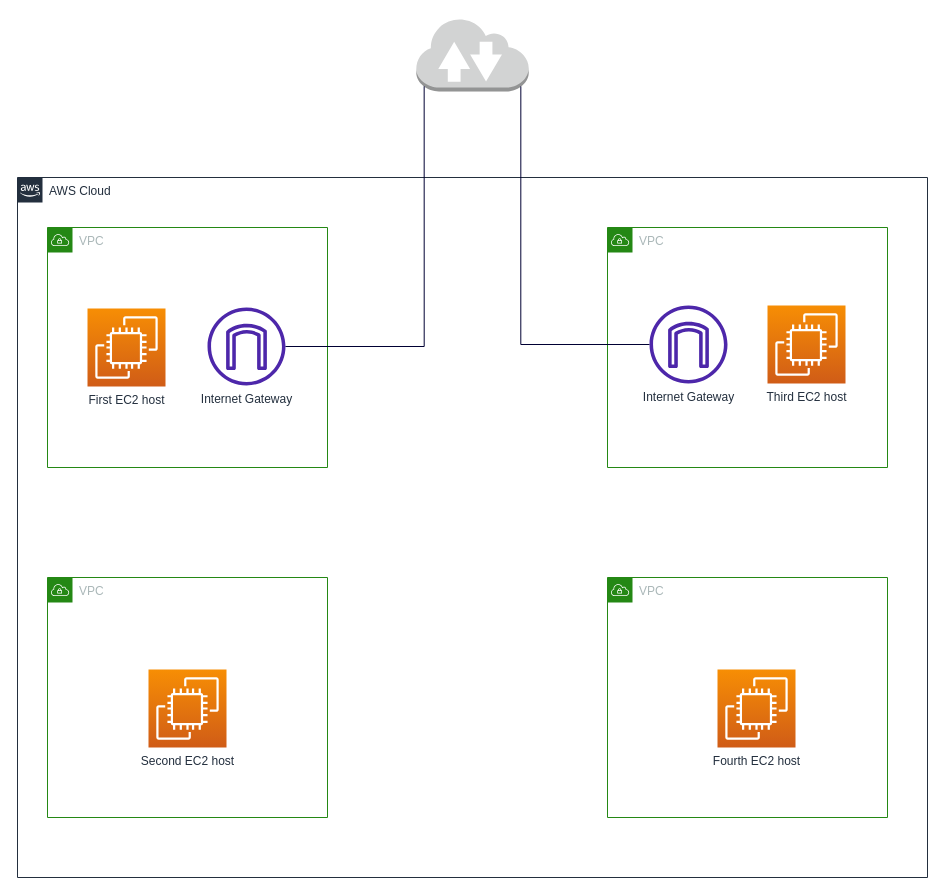
Before: images/transitgateway/1_Infra.drawio in tungnguyen298/tungnguyen298.github.io, a draw.io diagram. Source tidied: cells renumbered, new cells numbered last; positions are measured from the earlier drawing's top-left corner, leaving out a move shared by most shapes. Both pictures are drawn from the tidied source at 100%, with x=0, y=0 at pixel (17, 17).
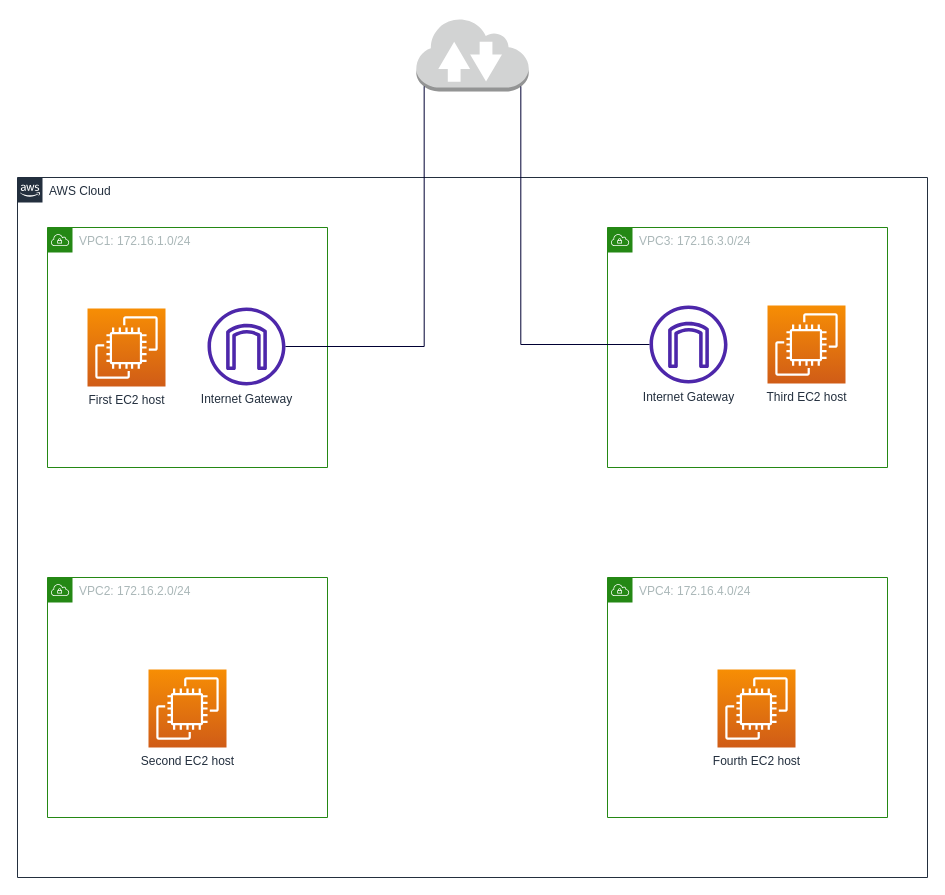
Above is the later version.

Diff of the diagram source:
```diff
@@
 <mxGraphModel>
   <root>
     <mxCell id="0" />
     <mxCell id="1" parent="0" />
     <mxCell id="2" value="AWS Cloud" style="gradientColor=none;html=1;whiteSpace=wrap;fontSize=12;fontStyle=0;shape=mxgraph.aws4.group;grIcon=mxgraph.aws4.group_aws_cloud_alt;strokeColor=#232F3E;fillColor=none;verticalAlign=top;align=left;spacingLeft=30;fontColor=#232F3E;dashed=0;" parent="1" vertex="1">
       <mxGeometry y="160" width="910" height="700" as="geometry" />
     </mxCell>
-    <mxCell id="3" value="VPC" style="gradientColor=none;html=1;whiteSpace=wrap;fontSize=12;fontStyle=0;shape=mxgraph.aws4.group;grIcon=mxgraph.aws4.group_vpc;strokeColor=#248814;fillColor=none;verticalAlign=top;align=left;spacingLeft=30;fontColor=#AAB7B8;dashed=0;" parent="2" vertex="1">
+    <mxCell id="3" value="VPC1: 172.16.1.0/24" style="gradientColor=none;html=1;whiteSpace=wrap;fontSize=12;fontStyle=0;shape=mxgraph.aws4.group;grIcon=mxgraph.aws4.group_vpc;strokeColor=#248814;fillColor=none;verticalAlign=top;align=left;spacingLeft=30;fontColor=#AAB7B8;dashed=0;" parent="2" vertex="1">
       <mxGeometry x="30" y="50" width="280" height="240" as="geometry" />
     </mxCell>
     <mxCell id="4" value="Internet Gateway" style="sketch=0;outlineConnect=0;fontColor=#232F3E;gradientColor=none;fillColor=#4D27AA;strokeColor=none;dashed=0;verticalLabelPosition=bottom;verticalAlign=top;align=center;html=1;fontSize=12;fontStyle=0;shape=mxgraph.aws4.internet_gateway;" parent="3" vertex="1">
       <mxGeometry x="160" y="80" width="78" height="78" as="geometry" />
     </mxCell>
     <mxCell id="5" value="First EC2 host" style="sketch=0;fontColor=#232F3E;gradientColor=#F78E04;gradientDirection=north;fillColor=#D05C17;strokeColor=#ffffff;dashed=0;verticalLabelPosition=bottom;verticalAlign=top;align=center;html=1;fontSize=12;fontStyle=0;shape=mxgraph.aws4.resourceIcon;resIcon=mxgraph.aws4.ec2;" parent="3" vertex="1">
       <mxGeometry x="40" y="81" width="78" height="78" as="geometry" />
     </mxCell>
-    <mxCell id="6" value="VPC" style="gradientColor=none;html=1;whiteSpace=wrap;fontSize=12;fontStyle=0;shape=mxgraph.aws4.group;grIcon=mxgraph.aws4.group_vpc;strokeColor=#248814;fillColor=none;verticalAlign=top;align=left;spacingLeft=30;fontColor=#AAB7B8;dashed=0;" parent="2" vertex="1">
+    <mxCell id="6" value="VPC3: 172.16.3.0/24" style="gradientColor=none;html=1;whiteSpace=wrap;fontSize=12;fontStyle=0;shape=mxgraph.aws4.group;grIcon=mxgraph.aws4.group_vpc;strokeColor=#248814;fillColor=none;verticalAlign=top;align=left;spacingLeft=30;fontColor=#AAB7B8;dashed=0;" parent="2" vertex="1">
       <mxGeometry x="590" y="50" width="280" height="240" as="geometry" />
     </mxCell>
     <mxCell id="7" value="Internet Gateway" style="sketch=0;outlineConnect=0;fontColor=#232F3E;gradientColor=none;fillColor=#4D27AA;strokeColor=none;dashed=0;verticalLabelPosition=bottom;verticalAlign=top;align=center;html=1;fontSize=12;fontStyle=0;shape=mxgraph.aws4.internet_gateway;" parent="6" vertex="1">
       <mxGeometry x="42" y="78" width="78" height="78" as="geometry" />
     </mxCell>
     <mxCell id="8" value="Third EC2 host" style="sketch=0;fontColor=#232F3E;gradientColor=#F78E04;gradientDirection=north;fillColor=#D05C17;strokeColor=#ffffff;dashed=0;verticalLabelPosition=bottom;verticalAlign=top;align=center;html=1;fontSize=12;fontStyle=0;shape=mxgraph.aws4.resourceIcon;resIcon=mxgraph.aws4.ec2;" parent="6" vertex="1">
       <mxGeometry x="160" y="78" width="78" height="78" as="geometry" />
     </mxCell>
-    <mxCell id="9" value="VPC" style="gradientColor=none;html=1;whiteSpace=wrap;fontSize=12;fontStyle=0;shape=mxgraph.aws4.group;grIcon=mxgraph.aws4.group_vpc;strokeColor=#248814;fillColor=none;verticalAlign=top;align=left;spacingLeft=30;fontColor=#AAB7B8;dashed=0;" parent="2" vertex="1">
+    <mxCell id="9" value="VPC2: 172.16.2.0/24" style="gradientColor=none;html=1;whiteSpace=wrap;fontSize=12;fontStyle=0;shape=mxgraph.aws4.group;grIcon=mxgraph.aws4.group_vpc;strokeColor=#248814;fillColor=none;verticalAlign=top;align=left;spacingLeft=30;fontColor=#AAB7B8;dashed=0;" parent="2" vertex="1">
       <mxGeometry x="30" y="400" width="280" height="240" as="geometry" />
     </mxCell>
     <mxCell id="10" value="Second EC2 host" style="sketch=0;fontColor=#232F3E;gradientColor=#F78E04;gradientDirection=north;fillColor=#D05C17;strokeColor=#ffffff;dashed=0;verticalLabelPosition=bottom;verticalAlign=top;align=center;html=1;fontSize=12;fontStyle=0;shape=mxgraph.aws4.resourceIcon;resIcon=mxgraph.aws4.ec2;" parent="9" vertex="1">
       <mxGeometry x="101" y="92" width="78" height="78" as="geometry" />
     </mxCell>
-    <mxCell id="11" value="VPC" style="gradientColor=none;html=1;whiteSpace=wrap;fontSize=12;fontStyle=0;shape=mxgraph.aws4.group;grIcon=mxgraph.aws4.group_vpc;strokeColor=#248814;fillColor=none;verticalAlign=top;align=left;spacingLeft=30;fontColor=#AAB7B8;dashed=0;" parent="2" vertex="1">
+    <mxCell id="11" value="VPC4: 172.16.4.0/24" style="gradientColor=none;html=1;whiteSpace=wrap;fontSize=12;fontStyle=0;shape=mxgraph.aws4.group;grIcon=mxgraph.aws4.group_vpc;strokeColor=#248814;fillColor=none;verticalAlign=top;align=left;spacingLeft=30;fontColor=#AAB7B8;dashed=0;" parent="2" vertex="1">
       <mxGeometry x="590" y="400" width="280" height="240" as="geometry" />
     </mxCell>
     <mxCell id="12" value="Fourth EC2 host" style="sketch=0;fontColor=#232F3E;gradientColor=#F78E04;gradientDirection=north;fillColor=#D05C17;strokeColor=#ffffff;dashed=0;verticalLabelPosition=bottom;verticalAlign=top;align=center;html=1;fontSize=12;fontStyle=0;shape=mxgraph.aws4.resourceIcon;resIcon=mxgraph.aws4.ec2;" parent="11" vertex="1">
       <mxGeometry x="110" y="92" width="78" height="78" as="geometry" />
     </mxCell>
     <mxCell id="13" style="outlineConnect=0;dashed=0;verticalLabelPosition=bottom;verticalAlign=top;align=center;html=1;shape=mxgraph.aws3.internet_2;fillColor=#D2D3D3;gradientColor=none;" parent="1" vertex="1">
       <mxGeometry x="398.8" width="112.4" height="74" as="geometry" />
     </mxCell>
     <mxCell id="14" style="endArrow=none;html=1;rounded=0;strokeColor=#000033;entryX=0.07;entryY=0.93;entryDx=0;entryDy=0;entryPerimeter=0;edgeStyle=orthogonalEdgeStyle;" parent="1" edge="1" source="4" target="13">
       <mxGeometry relative="1" as="geometry" />
     </mxCell>
     <mxCell id="15" style="endArrow=none;html=1;rounded=0;strokeColor=#000033;entryX=0.93;entryY=0.93;entryDx=0;entryDy=0;entryPerimeter=0;edgeStyle=orthogonalEdgeStyle;" parent="1" edge="1" source="7" target="13">
       <mxGeometry relative="1" as="geometry" />
     </mxCell>
   </root>
 </mxGraphModel>
```
